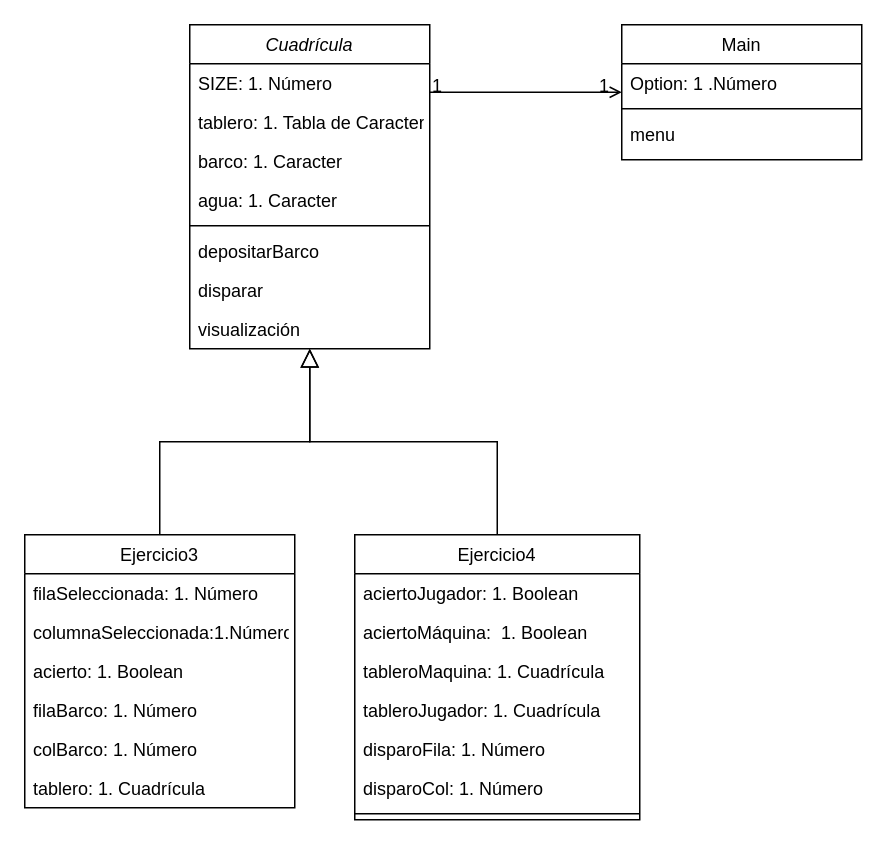
Earlier version of the draw.io diagram UML.drawio (Patriesc/T7_POO). Source tidied: cells renumbered, new cells numbered last; positions are measured from the earlier drawing's top-left corner, leaving out a move shared by most shapes. Both pictures are drawn from the tidied source at 150%, with x=0, y=0 at pixel (24, 24).
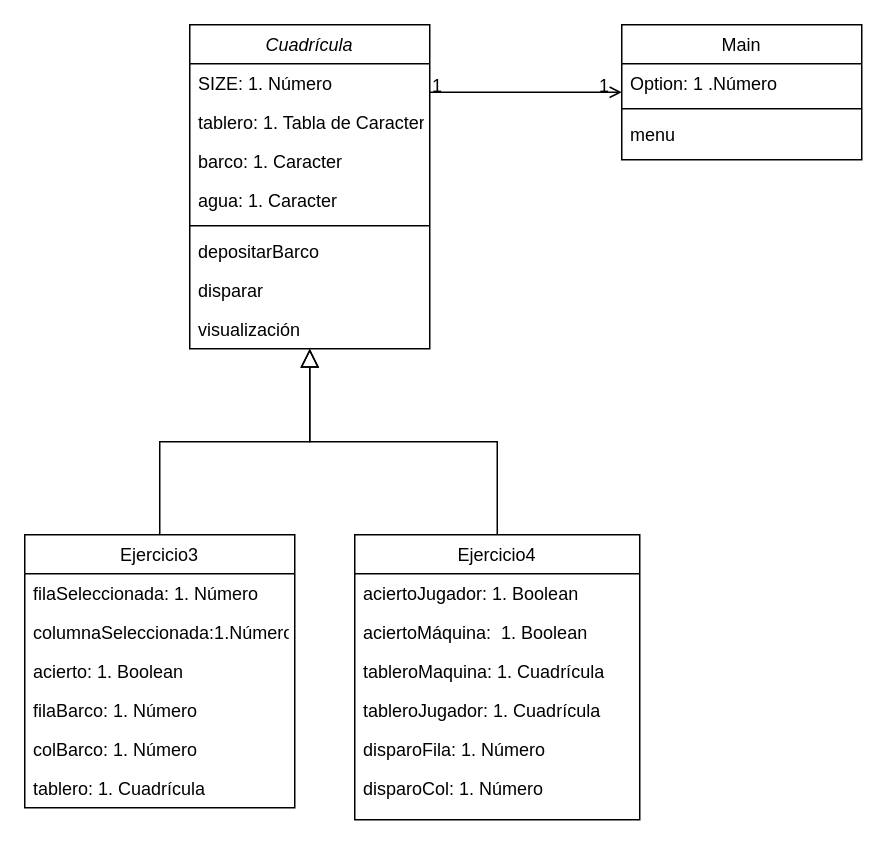
Above is the later version.

Unchanged cells that the change refers to:
```xml
<mxCell id="19" value="Ejercicio4" style="swimlane;fontStyle=0;align=center;verticalAlign=top;horizontal=1;startSize=26;rounded=0;shadow=0;strokeWidth=1;" parent="1" vertex="1">
  <mxGeometry x="220" y="340" width="190" height="190" as="geometry" />
</mxCell>
```

Diff of the diagram source:
```diff
@@
-    <mxCell id="26" style="line;html=1;strokeWidth=1;align=left;verticalAlign=middle;spacingTop=-1;spacingLeft=3;spacingRight=3;labelPosition=right;" parent="19" vertex="1">
-      <mxGeometry y="182" width="190" height="8" as="geometry" />
-    </mxCell>
```
